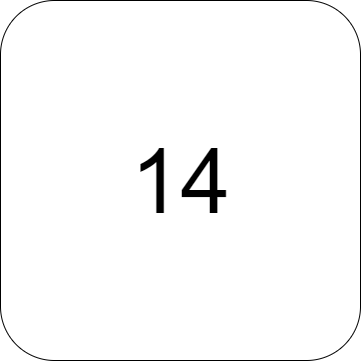
zintom69/Game-Rush-Hour keeps this draw.io diagram as Rush Hour Main/assets/MapButtons/14(A).png. Above is the earlier version. Source tidied: cells renumbered, new cells last; positions are measured from the earlier drawing's top-left corner, leaving out a move shared by most shapes. Its diagram source:
```xml
<mxGraphModel>
  <root>
    <mxCell id="0" />
    <mxCell id="1" parent="0" />
    <mxCell id="2" value="&lt;span style=&quot;font-size: 90px;&quot;&gt;14&lt;/span&gt;" style="rounded=1;whiteSpace=wrap;html=1;" parent="1" vertex="1">
      <mxGeometry width="360" height="360" as="geometry" />
    </mxCell>
  </root>
</mxGraphModel>
```
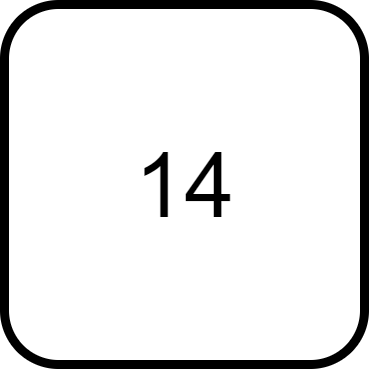
After the change.

Diff of the diagram source:
```diff
@@ -2,7 +2,7 @@
   <root>
     <mxCell id="0" />
     <mxCell id="1" parent="0" />
-    <mxCell id="2" value="&lt;span style=&quot;font-size: 90px;&quot;&gt;14&lt;/span&gt;" style="rounded=1;whiteSpace=wrap;html=1;" parent="1" vertex="1">
+    <mxCell id="2" value="&lt;span style=&quot;font-size: 90px;&quot;&gt;14&lt;/span&gt;" style="rounded=1;whiteSpace=wrap;html=1;strokeWidth=9;" parent="1" vertex="1">
       <mxGeometry width="360" height="360" as="geometry" />
     </mxCell>
   </root>
```
